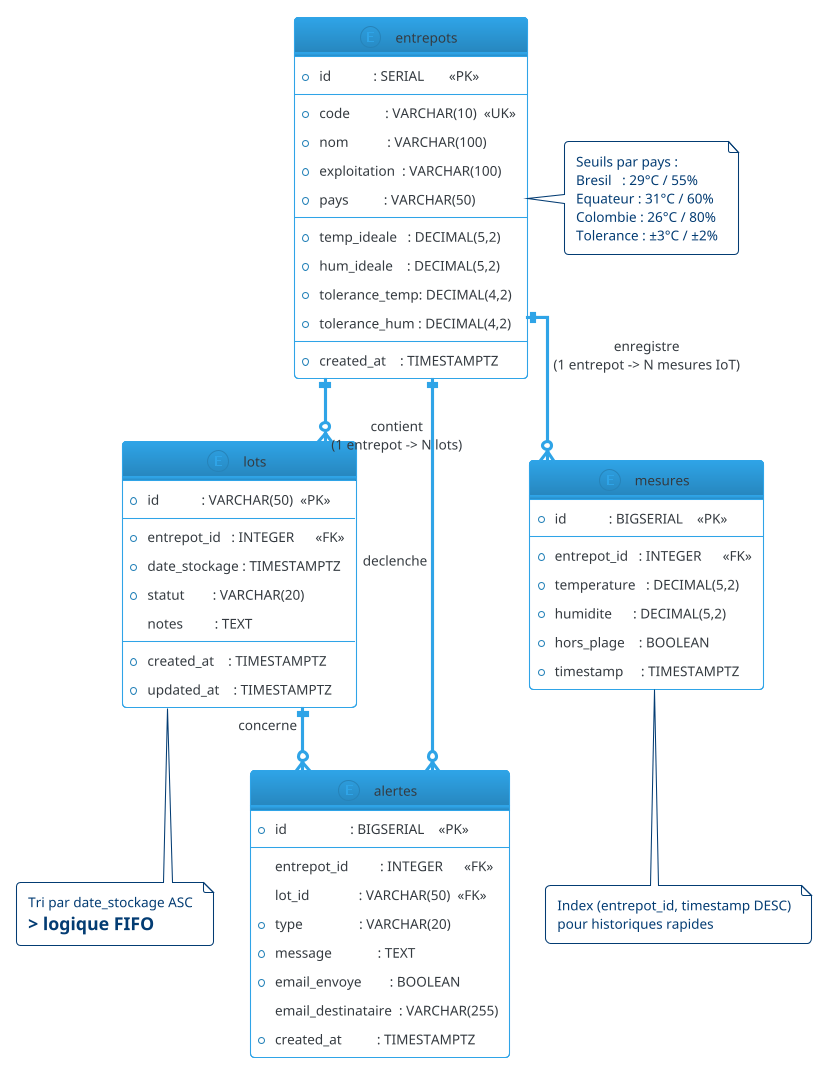
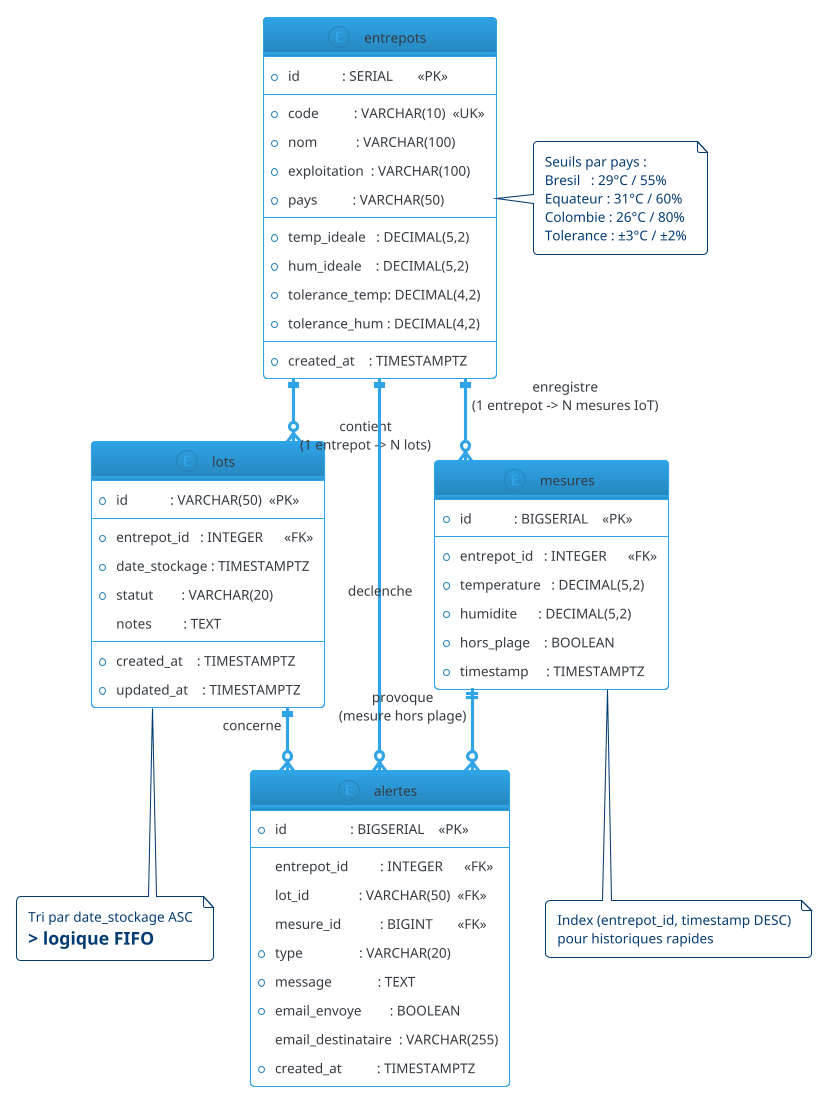
@startuml FutureKawa_DB_Schema
!theme cerulean-outline
skinparam linetype ortho
skinparam defaultFontSize 13

entity "entrepots" as E {
    * id            : SERIAL       <<PK>>
    --
    * code          : VARCHAR(10)  <<UK>>
    * nom           : VARCHAR(100)
    * exploitation  : VARCHAR(100)
    * pays          : VARCHAR(50)
    --
    * temp_ideale   : DECIMAL(5,2)
    * hum_ideale    : DECIMAL(5,2)
    * tolerance_temp: DECIMAL(4,2)
    * tolerance_hum : DECIMAL(4,2)
    --
    * created_at    : TIMESTAMPTZ
}

entity "lots" as L {
    * id            : VARCHAR(50)  <<PK>>
    --
    * entrepot_id   : INTEGER      <<FK>>
    * date_stockage : TIMESTAMPTZ
    * statut        : VARCHAR(20)
      notes         : TEXT
    --
    * created_at    : TIMESTAMPTZ
    * updated_at    : TIMESTAMPTZ
}

entity "mesures" as M {
    * id            : BIGSERIAL    <<PK>>
    --
    * entrepot_id   : INTEGER      <<FK>>
    * temperature   : DECIMAL(5,2)
    * humidite      : DECIMAL(5,2)
    * hors_plage    : BOOLEAN
    * timestamp     : TIMESTAMPTZ
}

entity "alertes" as A {
    * id                  : BIGSERIAL    <<PK>>
    --
      entrepot_id         : INTEGER      <<FK>>
      lot_id              : VARCHAR(50)  <<FK>>
+       mesure_id           : BIGINT       <<FK>>
    * type                : VARCHAR(20)
    * message             : TEXT
    * email_envoye        : BOOLEAN
      email_destinataire  : VARCHAR(255)
    * created_at          : TIMESTAMPTZ
}

E ||--o{ L : "contient\n(1 entrepot -> N lots)"
E ||--o{ M : "enregistre\n(1 entrepot -> N mesures IoT)"
E ||--o{ A : "declenche"
L ||--o{ A : "concerne"
+ M ||--o{ A : "provoque\n(mesure hors plage)"

note bottom of L
  Tri par date_stockage ASC
  => logique FIFO
end note

note bottom of M
  Index (entrepot_id, timestamp DESC)
  pour historiques rapides
end note

note right of E
  Seuils par pays :
  Bresil   : 29°C / 55%
  Equateur : 31°C / 60%
  Colombie : 26°C / 80%
  Tolerance : ±3°C / ±2%
end note

@enduml
